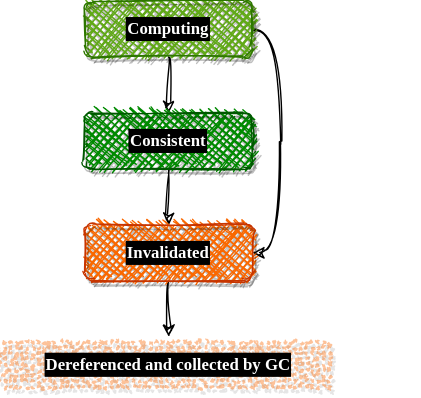
Before: Slides/Fusion_v2/diagrams/consistency-state/transitions.dio.svg, a diagram exported from draw.io (alexyakunin/Stl.Fusion.Materials). Source tidied: cells renumbered, new cells last; positions are measured from the earlier drawing's top-left corner, leaving out a move shared by most shapes. Source of this version:
```xml
<mxGraphModel>
  <root>
    <mxCell id="0" />
    <mxCell id="1" parent="0" />
    <mxCell id="2" style="edgeStyle=orthogonalEdgeStyle;curved=1;rounded=0;sketch=1;jettySize=auto;html=1;" parent="1" edge="1" source="4" target="6">
      <mxGeometry relative="1" as="geometry" />
    </mxCell>
    <mxCell id="3" style="edgeStyle=orthogonalEdgeStyle;curved=1;rounded=0;sketch=1;jettySize=auto;html=1;exitX=1;exitY=0.5;exitDx=0;exitDy=0;entryX=1;entryY=0.5;entryDx=0;entryDy=0;" parent="1" edge="1" source="4" target="8">
      <mxGeometry relative="1" as="geometry" />
    </mxCell>
    <mxCell id="4" value="Computing" style="whiteSpace=wrap;html=1;fillColor=#60a917;strokeColor=#2D7600;fontColor=#ffffff;fontFamily=Comic Sans MS;fontStyle=1;labelBackgroundColor=#000000;labelBorderColor=#000000;strokeWidth=1;perimeterSpacing=0;shadow=1;glass=0;sketch=1;rounded=1;fillStyle=cross-hatch;" parent="1" vertex="1">
      <mxGeometry x="60" width="120" height="40" as="geometry" />
    </mxCell>
    <mxCell id="5" style="edgeStyle=orthogonalEdgeStyle;curved=1;rounded=0;sketch=1;jettySize=auto;html=1;" parent="1" edge="1" source="6" target="8">
      <mxGeometry relative="1" as="geometry" />
    </mxCell>
    <mxCell id="6" value="Consistent" style="whiteSpace=wrap;html=1;fillColor=#008a00;strokeColor=#005700;fontColor=#ffffff;fontFamily=Comic Sans MS;fontStyle=1;labelBackgroundColor=#000000;labelBorderColor=#000000;strokeWidth=1;perimeterSpacing=0;shadow=1;glass=0;sketch=1;rounded=1;fillStyle=cross-hatch;" parent="1" vertex="1">
      <mxGeometry x="60" y="80" width="120" height="40" as="geometry" />
    </mxCell>
    <mxCell id="7" style="edgeStyle=orthogonalEdgeStyle;curved=1;rounded=0;sketch=1;jettySize=auto;html=1;" parent="1" edge="1" source="8" target="9">
      <mxGeometry relative="1" as="geometry" />
    </mxCell>
    <mxCell id="8" value="Invalidated" style="whiteSpace=wrap;html=1;fillColor=#fa6800;strokeColor=#C73500;fontColor=#ffffff;fontFamily=Comic Sans MS;fontStyle=1;labelBackgroundColor=#000000;labelBorderColor=#000000;strokeWidth=1;perimeterSpacing=0;shadow=1;glass=0;sketch=1;rounded=1;fillStyle=cross-hatch;" parent="1" vertex="1">
      <mxGeometry x="60" y="160" width="120" height="40" as="geometry" />
    </mxCell>
    <mxCell id="9" value="Dereferenced and collected by GC" style="whiteSpace=wrap;html=1;rounded=1;shadow=1;fontFamily=Comic Sans MS;fontColor=#ffffff;fontStyle=1;strokeWidth=1;fillColor=#fa6800;glass=0;labelBackgroundColor=#000000;labelBorderColor=#000000;sketch=1;dashed=1;dashPattern=1 1;fillStyle=dots;strokeColor=none;opacity=40;" parent="1" vertex="1">
      <mxGeometry y="240" width="240" height="40" as="geometry" />
    </mxCell>
    <mxCell id="10" style="rounded=0;whiteSpace=wrap;html=1;dashed=1;dashPattern=1 1;sketch=1;gradientColor=none;opacity=40;strokeColor=none;fillColor=none;" parent="1" vertex="1">
      <mxGeometry x="240" y="240" width="60" height="40" as="geometry" />
    </mxCell>
  </root>
</mxGraphModel>
```
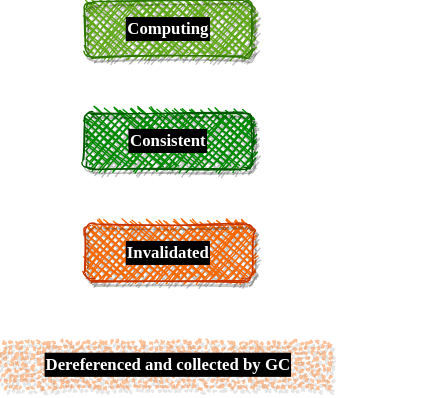
Above is the later version.

Change to the diagram source:
```diff
@@ -2,22 +2,36 @@
   <root>
     <mxCell id="0" />
     <mxCell id="1" parent="0" />
-    <mxCell id="2" style="edgeStyle=orthogonalEdgeStyle;curved=1;rounded=0;sketch=1;jettySize=auto;html=1;" parent="1" edge="1" source="4" target="6">
+    <mxCell id="2" style="edgeStyle=orthogonalEdgeStyle;curved=1;rounded=0;sketch=1;jettySize=auto;html=1;strokeColor=#FFFFFF;" parent="1" edge="1" source="4" target="6">
       <mxGeometry relative="1" as="geometry" />
     </mxCell>
-    <mxCell id="3" style="edgeStyle=orthogonalEdgeStyle;curved=1;rounded=0;sketch=1;jettySize=auto;html=1;exitX=1;exitY=0.5;exitDx=0;exitDy=0;entryX=1;entryY=0.5;entryDx=0;entryDy=0;" parent="1" edge="1" source="4" target="8">
-      <mxGeometry relative="1" as="geometry" />
+    <mxCell id="3" style="edgeStyle=orthogonalEdgeStyle;curved=1;rounded=0;sketch=1;jettySize=auto;html=1;exitX=1;exitY=0.5;exitDx=0;exitDy=0;entryX=1;entryY=0.5;entryDx=0;entryDy=0;strokeColor=#FFFFFF;" parent="1" edge="1" source="4" target="8">
+      <mxGeometry relative="1" as="geometry">
+        <Array as="points">
+          <mxPoint x="230" y="20" />
+          <mxPoint x="230" y="180" />
+        </Array>
+      </mxGeometry>
     </mxCell>
     <mxCell id="4" value="Computing" style="whiteSpace=wrap;html=1;fillColor=#60a917;strokeColor=#2D7600;fontColor=#ffffff;fontFamily=Comic Sans MS;fontStyle=1;labelBackgroundColor=#000000;labelBorderColor=#000000;strokeWidth=1;perimeterSpacing=0;shadow=1;glass=0;sketch=1;rounded=1;fillStyle=cross-hatch;" parent="1" vertex="1">
       <mxGeometry x="60" width="120" height="40" as="geometry" />
     </mxCell>
-    <mxCell id="5" style="edgeStyle=orthogonalEdgeStyle;curved=1;rounded=0;sketch=1;jettySize=auto;html=1;" parent="1" edge="1" source="6" target="8">
+    <mxCell id="5" style="edgeStyle=orthogonalEdgeStyle;curved=1;rounded=0;sketch=1;jettySize=auto;html=1;strokeColor=#FFFFFF;" parent="1" edge="1" source="6" target="8">
       <mxGeometry relative="1" as="geometry" />
     </mxCell>
+    <mxCell id="11" style="edgeStyle=orthogonalEdgeStyle;jettySize=auto;html=1;exitX=0;exitY=0.5;exitDx=0;exitDy=0;sketch=1;curved=1;entryX=0.5;entryY=0;entryDx=0;entryDy=0;strokeColor=#FFFFFF;" parent="1" edge="1" source="6" target="9">
+      <mxGeometry relative="1" as="geometry">
+        <Array as="points">
+          <mxPoint x="30" y="100" />
+          <mxPoint x="30" y="220" />
+          <mxPoint x="120" y="220" />
+        </Array>
+      </mxGeometry>
+    </mxCell>
     <mxCell id="6" value="Consistent" style="whiteSpace=wrap;html=1;fillColor=#008a00;strokeColor=#005700;fontColor=#ffffff;fontFamily=Comic Sans MS;fontStyle=1;labelBackgroundColor=#000000;labelBorderColor=#000000;strokeWidth=1;perimeterSpacing=0;shadow=1;glass=0;sketch=1;rounded=1;fillStyle=cross-hatch;" parent="1" vertex="1">
       <mxGeometry x="60" y="80" width="120" height="40" as="geometry" />
     </mxCell>
-    <mxCell id="7" style="edgeStyle=orthogonalEdgeStyle;curved=1;rounded=0;sketch=1;jettySize=auto;html=1;" parent="1" edge="1" source="8" target="9">
+    <mxCell id="7" style="edgeStyle=orthogonalEdgeStyle;curved=1;rounded=0;sketch=1;jettySize=auto;html=1;strokeColor=#FFFFFF;" parent="1" edge="1" source="8" target="9">
       <mxGeometry relative="1" as="geometry" />
     </mxCell>
     <mxCell id="8" value="Invalidated" style="whiteSpace=wrap;html=1;fillColor=#fa6800;strokeColor=#C73500;fontColor=#ffffff;fontFamily=Comic Sans MS;fontStyle=1;labelBackgroundColor=#000000;labelBorderColor=#000000;strokeWidth=1;perimeterSpacing=0;shadow=1;glass=0;sketch=1;rounded=1;fillStyle=cross-hatch;" parent="1" vertex="1">
```
